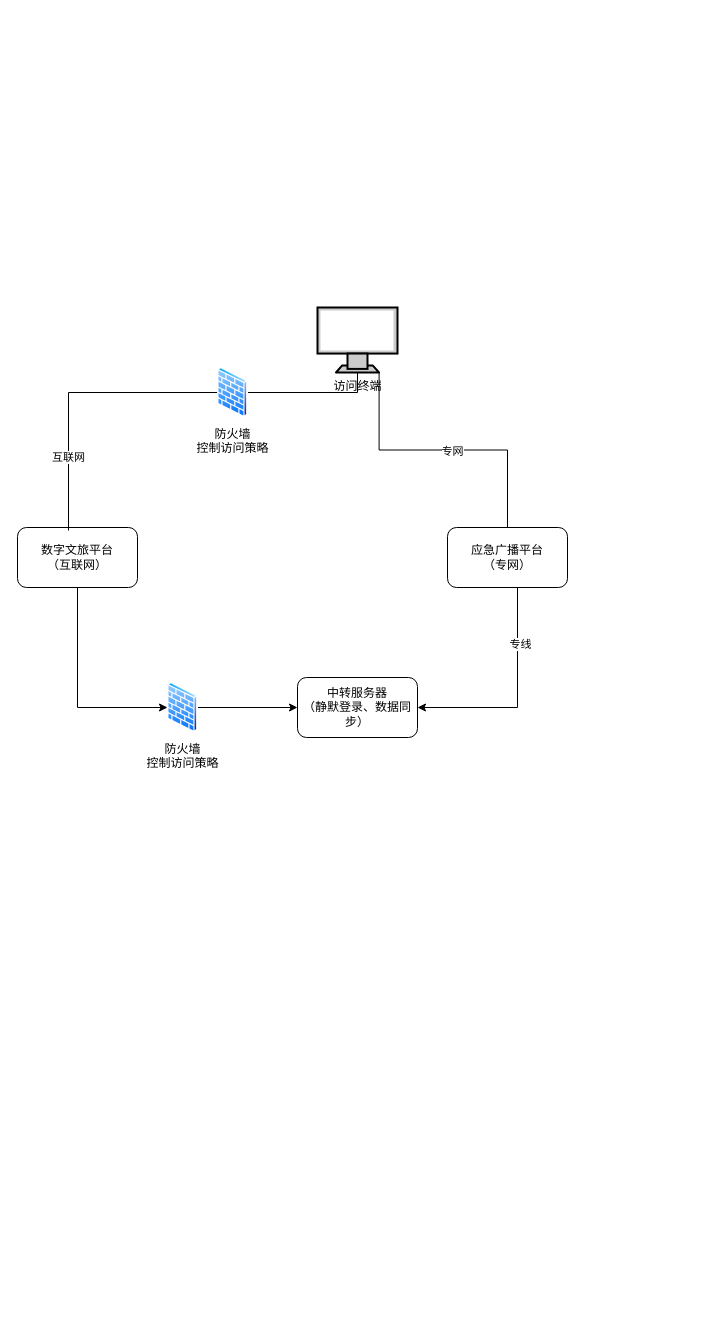
Above: 应急广播平台.drawio in z-cloud-z/draw (draw.io), before the change. Source tidied: cells renumbered, new cells numbered last; positions are measured from the earlier drawing's top-left corner, leaving out a move shared by most shapes. Both pictures are drawn from the tidied source at 100%, with x=0, y=0 at pixel (17, 307).
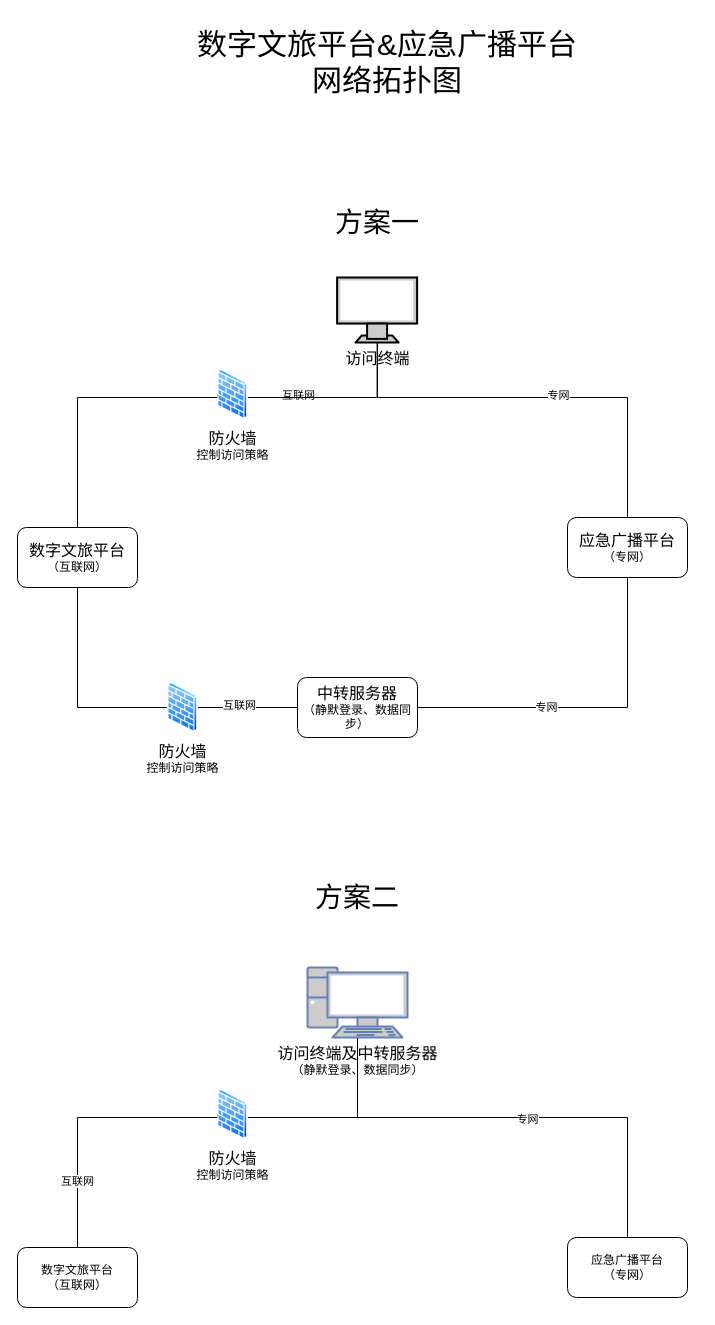
The same diagram, later.

Commit message (it also covers changes not shown here):
更新应急广播平台.drawio

The edit, as a diff of the source:
```diff
@@
-    <mxCell id="2" style="edgeStyle=orthogonalEdgeStyle;rounded=0;jettySize=auto;html=1;entryX=0;entryY=0.5;entryDx=0;entryDy=0;" parent="1" edge="1" source="3" target="16">
+    <mxCell id="2" style="edgeStyle=orthogonalEdgeStyle;rounded=0;jettySize=auto;html=1;entryX=0;entryY=0.5;entryDx=0;entryDy=0;endArrow=none;endFill=0;fontColor=#000000;" parent="1" edge="1" source="3" target="16">
       <mxGeometry relative="1" as="geometry">
         <Array as="points">
           <mxPoint x="60" y="400" />
         </Array>
       </mxGeometry>
     </mxCell>
-    <mxCell id="3" value="数字文旅平台&lt;br&gt;（互联网）" style="rounded=1;whiteSpace=wrap;html=1;" parent="1" vertex="1">
+    <mxCell id="3" value="&lt;font style=&quot;font-size: 16px;&quot;&gt;数字文旅平台&lt;/font&gt;&lt;br&gt;（互联网）" style="rounded=1;whiteSpace=wrap;html=1;fontColor=#000000;" parent="1" vertex="1">
       <mxGeometry y="220" width="120" height="60" as="geometry" />
     </mxCell>
-    <mxCell id="4" style="edgeStyle=orthogonalEdgeStyle;rounded=0;jettySize=auto;html=1;entryX=1;entryY=0.5;entryDx=0;entryDy=0;" parent="1" edge="1" source="6" target="12">
-      <mxGeometry relative="1" as="geometry">
+    <mxCell id="4" value="专网" style="edgeStyle=orthogonalEdgeStyle;rounded=0;jettySize=auto;html=1;entryX=1;entryY=0.5;entryDx=0;entryDy=0;endArrow=none;endFill=0;fontColor=#000000;" parent="1" edge="1" source="6" target="12">
+      <mxGeometry x="0.24" relative="1" as="geometry">
         <Array as="points">
-          <mxPoint x="500" y="400" />
+          <mxPoint x="610" y="400" />
         </Array>
       </mxGeometry>
     </mxCell>
-    <mxCell id="5" value="专线" style="edgeLabel;html=1;align=center;verticalAlign=middle;" parent="4" vertex="1">
-      <mxGeometry x="-0.49" y="2" relative="1" as="geometry" />
-    </mxCell>
-    <mxCell id="6" value="应急广播平台&lt;div&gt;（专网）&lt;/div&gt;" style="rounded=1;whiteSpace=wrap;html=1;" parent="1" vertex="1">
-      <mxGeometry x="430" y="220" width="120" height="60" as="geometry" />
+    <mxCell id="6" value="&lt;font style=&quot;font-size: 16px;&quot;&gt;应急广播平台&lt;/font&gt;&lt;div&gt;（专网）&lt;/div&gt;" style="rounded=1;whiteSpace=wrap;html=1;fontColor=#000000;" parent="1" vertex="1">
+      <mxGeometry x="550" y="210" width="120" height="60" as="geometry" />
     </mxCell>
-    <mxCell id="7" style="edgeStyle=orthogonalEdgeStyle;rounded=0;jettySize=auto;html=1;entryX=0.5;entryY=0;entryDx=0;entryDy=0;exitX=0.77;exitY=1;exitDx=0;exitDy=0;exitPerimeter=0;endArrow=none;endFill=0;" parent="1" edge="1" source="9" target="6">
-      <mxGeometry relative="1" as="geometry" />
+    <mxCell id="7" style="edgeStyle=orthogonalEdgeStyle;rounded=0;jettySize=auto;html=1;entryX=0.5;entryY=0;entryDx=0;entryDy=0;exitX=0.77;exitY=1;exitDx=0;exitDy=0;exitPerimeter=0;endArrow=none;endFill=0;fontColor=#000000;" parent="1" edge="1" source="9">
+      <mxGeometry relative="1" as="geometry">
+        <mxPoint x="629.6" y="210" as="targetPoint" />
+        <Array as="points">
+          <mxPoint x="360" y="35" />
+          <mxPoint x="360" y="90" />
+          <mxPoint x="610" y="90" />
+          <mxPoint x="610" y="210" />
+        </Array>
+      </mxGeometry>
     </mxCell>
-    <mxCell id="8" value="专网" style="edgeLabel;html=1;align=center;verticalAlign=middle;" parent="7" vertex="1">
+    <mxCell id="8" value="专网" style="edgeLabel;html=1;align=center;verticalAlign=middle;fontColor=#000000;" parent="7" vertex="1">
       <mxGeometry x="0.06" relative="1" as="geometry">
-        <mxPoint y="1" as="offset" />
+        <mxPoint x="10" y="-3" as="offset" />
       </mxGeometry>
     </mxCell>
-    <mxCell id="9" value="访问终端" style="fontColor=#000000;verticalAlign=top;verticalLabelPosition=bottom;labelPosition=center;align=center;html=1;outlineConnect=0;fillColor=#CCCCCC;strokeColor=#000000;gradientColor=none;gradientDirection=north;strokeWidth=2;shape=mxgraph.networks.monitor;" parent="1" vertex="1">
-      <mxGeometry x="300" width="80" height="65" as="geometry" />
+    <mxCell id="9" value="&lt;font style=&quot;font-size: 16px;&quot;&gt;访问终端&lt;/font&gt;" style="fontColor=#000000;verticalAlign=top;verticalLabelPosition=bottom;labelPosition=center;align=center;html=1;outlineConnect=0;fillColor=#CCCCCC;strokeColor=#000000;gradientColor=none;gradientDirection=north;strokeWidth=2;shape=mxgraph.networks.monitor;" parent="1" vertex="1">
+      <mxGeometry x="319.6" y="-30" width="80" height="65" as="geometry" />
     </mxCell>
-    <mxCell id="10" style="edgeStyle=orthogonalEdgeStyle;rounded=0;jettySize=auto;html=1;entryX=0.425;entryY=0.05;entryDx=0;entryDy=0;entryPerimeter=0;exitX=0;exitY=0.5;exitDx=0;exitDy=0;endArrow=none;endFill=0;" parent="1" edge="1" source="13" target="3">
-      <mxGeometry relative="1" as="geometry" />
+    <mxCell id="10" style="edgeStyle=orthogonalEdgeStyle;rounded=0;jettySize=auto;html=1;entryX=0.5;entryY=0;entryDx=0;entryDy=0;exitX=0;exitY=0.5;exitDx=0;exitDy=0;endArrow=none;endFill=0;fontColor=#000000;" parent="1" edge="1" source="13" target="3">
+      <mxGeometry relative="1" as="geometry">
+        <Array as="points">
+          <mxPoint x="200" y="90" />
+          <mxPoint x="60" y="90" />
+        </Array>
+      </mxGeometry>
     </mxCell>
-    <mxCell id="11" value="互联网" style="edgeLabel;html=1;align=center;verticalAlign=middle;" parent="10" vertex="1">
+    <mxCell id="11" value="互联网" style="edgeLabel;html=1;align=center;verticalAlign=middle;fontColor=#000000;" parent="10" vertex="1">
       <mxGeometry x="0.09" y="-1" relative="1" as="geometry">
-        <mxPoint y="57" as="offset" />
+        <mxPoint x="221" y="-9" as="offset" />
       </mxGeometry>
     </mxCell>
-    <mxCell id="12" value="中转服务器&lt;div&gt;（静默登录、数据同步）&lt;/div&gt;" style="rounded=1;whiteSpace=wrap;html=1;" parent="1" vertex="1">
+    <mxCell id="12" value="&lt;font style=&quot;font-size: 16px;&quot;&gt;中转服务器&lt;/font&gt;&lt;div&gt;（静默登录、数据同步）&lt;/div&gt;" style="rounded=1;whiteSpace=wrap;html=1;fontColor=#000000;" parent="1" vertex="1">
       <mxGeometry x="280" y="370" width="120" height="60" as="geometry" />
     </mxCell>
-    <mxCell id="13" value="防火墙&lt;div&gt;控制访问策略&lt;/div&gt;" style="image;perimeter=ellipsePerimeter;html=1;align=center;shadow=0;dashed=0;spacingTop=3;image=img/lib/active_directory/firewall.svg;" parent="1" vertex="1">
-      <mxGeometry x="200" y="60" width="30.5" height="50" as="geometry" />
+    <mxCell id="13" value="&lt;font style=&quot;font-size: 16px;&quot;&gt;防火墙&lt;/font&gt;&lt;div&gt;控制访问策略&lt;/div&gt;" style="image;perimeter=ellipsePerimeter;html=1;align=center;shadow=0;dashed=0;spacingTop=3;image=img/lib/active_directory/firewall.svg;fontColor=#000000;" parent="1" vertex="1">
+      <mxGeometry x="200" y="62" width="30.5" height="50" as="geometry" />
     </mxCell>
-    <mxCell id="14" style="edgeStyle=orthogonalEdgeStyle;rounded=0;jettySize=auto;html=1;entryX=0.5;entryY=1;entryDx=0;entryDy=0;entryPerimeter=0;endArrow=none;endFill=0;" parent="1" edge="1" source="13" target="9">
-      <mxGeometry relative="1" as="geometry" />
+    <mxCell id="14" style="edgeStyle=orthogonalEdgeStyle;rounded=0;jettySize=auto;html=1;entryX=0.5;entryY=1;entryDx=0;entryDy=0;entryPerimeter=0;endArrow=none;endFill=0;fontColor=#000000;" parent="1" edge="1" source="13" target="9">
+      <mxGeometry relative="1" as="geometry">
+        <Array as="points">
+          <mxPoint x="360" y="90" />
+        </Array>
+      </mxGeometry>
     </mxCell>
-    <mxCell id="15" style="edgeStyle=orthogonalEdgeStyle;rounded=0;jettySize=auto;html=1;" parent="1" edge="1" source="16" target="12">
+    <mxCell id="15" style="edgeStyle=orthogonalEdgeStyle;rounded=0;jettySize=auto;html=1;endArrow=none;endFill=0;fontColor=#000000;" parent="1" edge="1" source="16" target="12">
       <mxGeometry relative="1" as="geometry" />
     </mxCell>
+    <mxCell id="17" value="互联网" style="edgeLabel;html=1;align=center;verticalAlign=middle;" parent="15" vertex="1">
+      <mxGeometry x="-0.17" y="3" relative="1" as="geometry" />
+    </mxCell>
-    <mxCell id="16" value="防火墙&lt;div&gt;控制访问策略&lt;/div&gt;" style="image;perimeter=ellipsePerimeter;html=1;align=center;shadow=0;dashed=0;spacingTop=3;image=img/lib/active_directory/firewall.svg;" parent="1" vertex="1">
+    <mxCell id="16" value="&lt;font style=&quot;font-size: 16px;&quot;&gt;防火墙&lt;/font&gt;&lt;div&gt;控制访问策略&lt;/div&gt;" style="image;perimeter=ellipsePerimeter;html=1;align=center;shadow=0;dashed=0;spacingTop=3;image=img/lib/active_directory/firewall.svg;fontColor=#000000;" parent="1" vertex="1">
       <mxGeometry x="150" y="375" width="30.5" height="50" as="geometry" />
     </mxCell>
+    <mxCell id="18" value="数字文旅平台&lt;br&gt;（互联网）" style="rounded=1;whiteSpace=wrap;html=1;fontColor=#000000;" parent="1" vertex="1">
+      <mxGeometry y="940" width="120" height="60" as="geometry" />
+    </mxCell>
+    <mxCell id="19" value="应急广播平台&lt;div&gt;（专网）&lt;/div&gt;" style="rounded=1;whiteSpace=wrap;html=1;fontColor=#000000;" parent="1" vertex="1">
+      <mxGeometry x="550" y="930" width="120" height="60" as="geometry" />
+    </mxCell>
+    <mxCell id="20" style="edgeStyle=orthogonalEdgeStyle;rounded=0;jettySize=auto;html=1;entryX=0.5;entryY=0;entryDx=0;entryDy=0;endArrow=none;endFill=0;fontColor=#000000;" parent="1" edge="1" source="26" target="19">
+      <mxGeometry relative="1" as="geometry">
+        <Array as="points">
+          <mxPoint x="340" y="810" />
+          <mxPoint x="610" y="810" />
+        </Array>
+      </mxGeometry>
+    </mxCell>
+    <mxCell id="21" value="专网" style="edgeLabel;html=1;align=center;verticalAlign=middle;fontColor=#000000;" parent="20" vertex="1">
+      <mxGeometry x="0.06" relative="1" as="geometry">
+        <mxPoint y="1" as="offset" />
+      </mxGeometry>
+    </mxCell>
+    <mxCell id="22" style="edgeStyle=orthogonalEdgeStyle;rounded=0;jettySize=auto;html=1;entryX=0.5;entryY=0;entryDx=0;entryDy=0;exitX=0;exitY=0.5;exitDx=0;exitDy=0;endArrow=none;endFill=0;fontColor=#000000;" parent="1" edge="1" source="24" target="18">
+      <mxGeometry relative="1" as="geometry">
+        <Array as="points">
+          <mxPoint x="200" y="810" />
+          <mxPoint x="60" y="810" />
+        </Array>
+      </mxGeometry>
+    </mxCell>
+    <mxCell id="23" value="互联网" style="edgeLabel;html=1;align=center;verticalAlign=middle;fontColor=#000000;" parent="22" vertex="1">
+      <mxGeometry x="0.09" y="-1" relative="1" as="geometry">
+        <mxPoint y="57" as="offset" />
+      </mxGeometry>
+    </mxCell>
+    <mxCell id="24" value="&lt;font style=&quot;font-size: 16px;&quot;&gt;防火墙&lt;/font&gt;&lt;div&gt;控制访问策略&lt;/div&gt;" style="image;perimeter=ellipsePerimeter;html=1;align=center;shadow=0;dashed=0;spacingTop=3;image=img/lib/active_directory/firewall.svg;fontColor=#000000;" parent="1" vertex="1">
+      <mxGeometry x="200" y="782" width="30.5" height="50" as="geometry" />
+    </mxCell>
+    <mxCell id="25" style="edgeStyle=orthogonalEdgeStyle;rounded=0;jettySize=auto;html=1;endArrow=none;endFill=0;fontColor=#000000;" parent="1" edge="1" source="24" target="26">
+      <mxGeometry relative="1" as="geometry">
+        <Array as="points">
+          <mxPoint x="340" y="810" />
+        </Array>
+      </mxGeometry>
+    </mxCell>
+    <mxCell id="26" value="&lt;font style=&quot;font-size: 16px;&quot;&gt;访问终端及中转服务器&lt;/font&gt;&lt;div&gt;&lt;span style=&quot;text-wrap: wrap;&quot;&gt;（静默登录、数据同步）&lt;/span&gt;&lt;br&gt;&lt;/div&gt;" style="fontColor=#000000;verticalAlign=top;verticalLabelPosition=bottom;labelPosition=center;align=center;html=1;outlineConnect=0;fillColor=#CCCCCC;strokeColor=#6881B3;gradientColor=none;gradientDirection=north;strokeWidth=2;shape=mxgraph.networks.pc;" parent="1" vertex="1">
+      <mxGeometry x="290" y="660" width="100" height="70" as="geometry" />
+    </mxCell>
+    <mxCell id="27" value="&lt;font style=&quot;font-size: 30px;&quot;&gt;数字文旅平台&amp;amp;应急广播平台&lt;/font&gt;&lt;div&gt;&lt;font style=&quot;font-size: 30px;&quot;&gt;网络拓扑图&lt;/font&gt;&lt;/div&gt;" style="text;html=1;align=center;verticalAlign=middle;whiteSpace=wrap;rounded=0;" parent="1" vertex="1">
+      <mxGeometry x="60" y="-290" width="620" height="90" as="geometry" />
+    </mxCell>
+    <mxCell id="28" value="方案一" style="text;html=1;align=center;verticalAlign=middle;whiteSpace=wrap;rounded=0;fontSize=28;" parent="1" vertex="1">
+      <mxGeometry x="274.6" y="-110" width="170" height="50" as="geometry" />
+    </mxCell>
+    <mxCell id="29" value="方案二" style="text;html=1;align=center;verticalAlign=middle;whiteSpace=wrap;rounded=0;fontSize=28;" parent="1" vertex="1">
+      <mxGeometry x="250" y="570" width="180" height="40" as="geometry" />
+    </mxCell>
```
